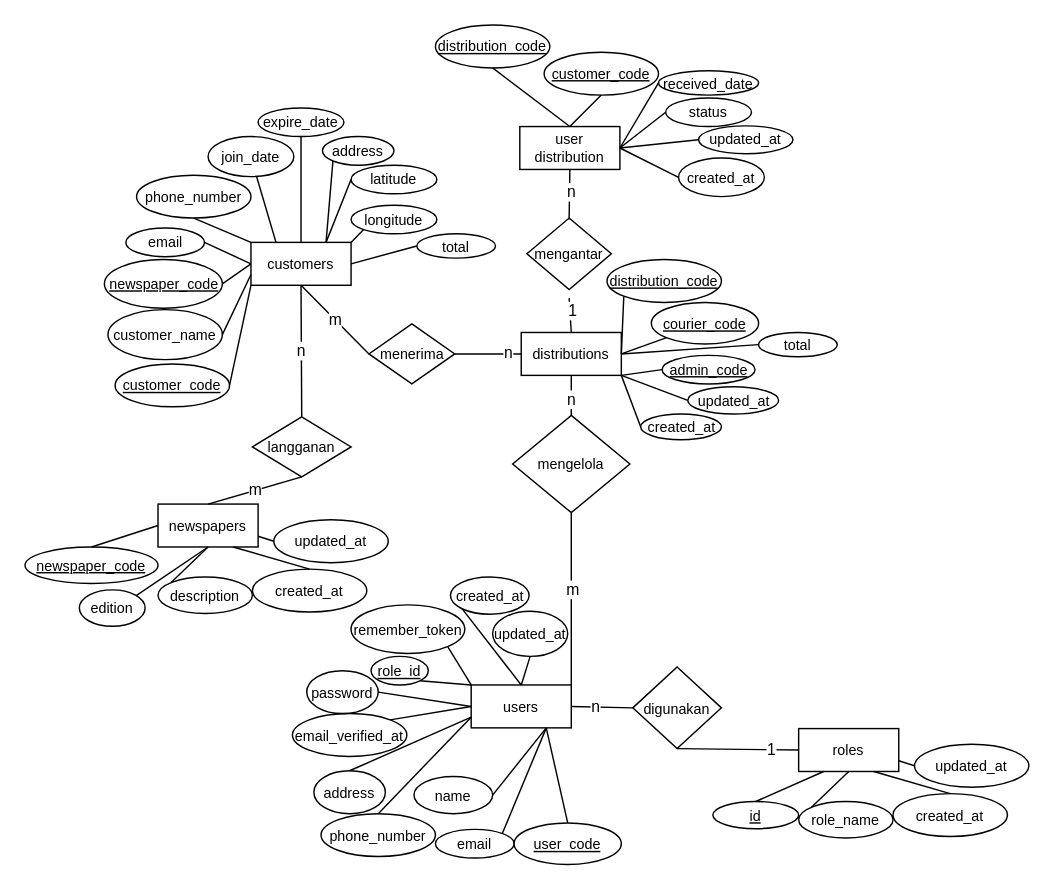
Above: ERD rb-location-tracer.drawio in kritimauludin/rb-location-tracker-design (draw.io), before the change. Source tidied: cells renumbered, new cells numbered last; positions are measured from the earlier drawing's top-left corner, leaving out a move shared by most shapes. Both pictures are drawn from the tidied source at 143%, with x=0, y=0 at pixel (24, 24).
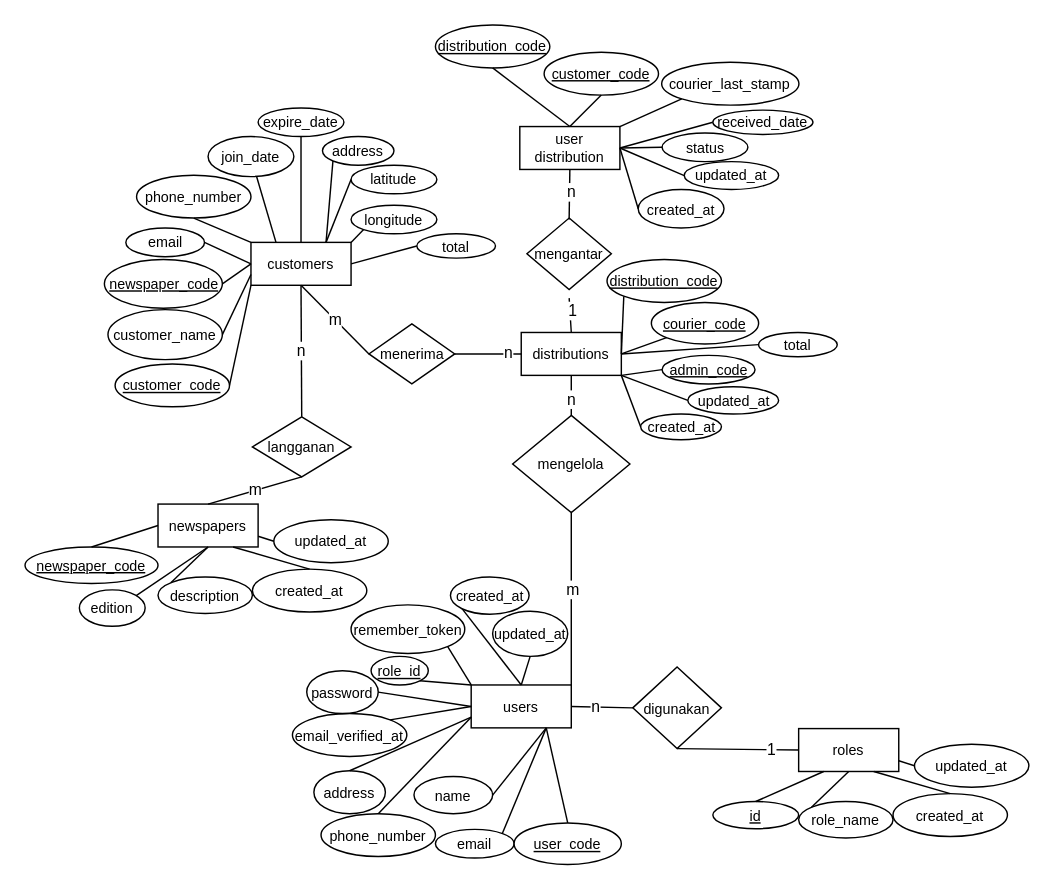
The same diagram, later.

Unchanged cells that the change refers to:
```xml
<mxCell id="51" value="user distribution" style="rounded=0;whiteSpace=wrap;html=1;fontSize=10;" parent="1" vertex="1">
  <mxGeometry x="346" y="71" width="70" height="30" as="geometry" />
</mxCell>
```

The edit, as a diff of the source:
```diff
@@
     <mxCell id="52" value="status" style="ellipse;whiteSpace=wrap;html=1;fontSize=10;" parent="1" vertex="1">
-      <mxGeometry x="448" y="51" width="60" height="20" as="geometry" />
+      <mxGeometry x="445.5" y="75.5" width="60" height="20" as="geometry" />
     </mxCell>
@@
     <mxCell id="64" value="received_date" style="ellipse;whiteSpace=wrap;html=1;fontSize=10;" parent="1" vertex="1">
-      <mxGeometry x="443" y="32" width="70" height="17" as="geometry" />
+      <mxGeometry x="481" y="59.5" width="70" height="17" as="geometry" />
     </mxCell>
@@
     <mxCell id="108" value="updated_at" style="ellipse;whiteSpace=wrap;html=1;fontSize=10;" parent="1" vertex="1">
-      <mxGeometry x="471" y="70.5" width="66" height="19.5" as="geometry" />
+      <mxGeometry x="461" y="95.5" width="66" height="19.5" as="geometry" />
     </mxCell>
     <mxCell id="109" value="created_at" style="ellipse;whiteSpace=wrap;html=1;fontSize=10;" parent="1" vertex="1">
-      <mxGeometry x="457" y="93" width="60" height="27" as="geometry" />
+      <mxGeometry x="428.8" y="115" width="60" height="27" as="geometry" />
     </mxCell>
@@
+    <mxCell id="116" value="courier_last_stamp" style="ellipse;whiteSpace=wrap;html=1;fontSize=10;" parent="1" vertex="1">
+      <mxGeometry x="445.2" y="26" width="96" height="30" as="geometry" />
+    </mxCell>
+    <mxCell id="117" style="endArrow=none;html=1;rounded=0;entryX=0;entryY=1;entryDx=0;entryDy=0;exitX=1;exitY=0;exitDx=0;exitDy=0;" parent="1" edge="1" source="51" target="116">
+      <mxGeometry relative="1" as="geometry" />
+    </mxCell>
```
